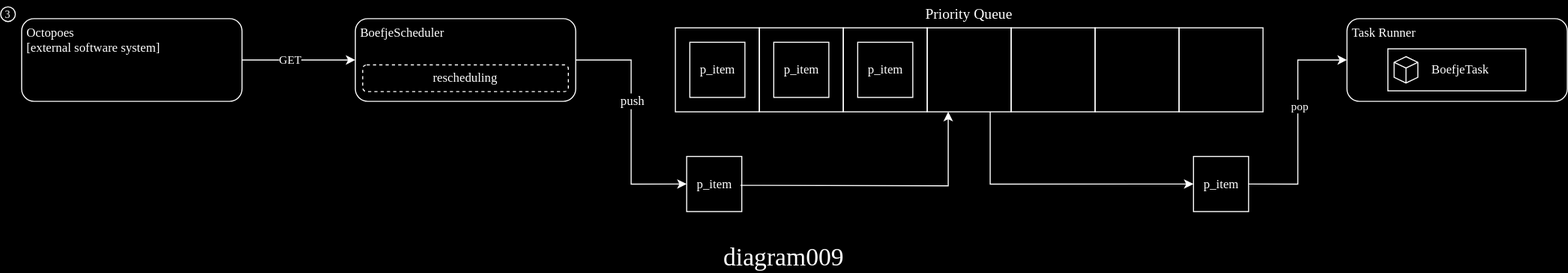
minvws/nl-kat-coordination keeps this draw.io diagram as mula/docs/img/diagram009.svg. Above is the earlier version. Source tidied: cells renumbered, new cells last; positions are measured from the earlier drawing's top-left corner, leaving out a move shared by most shapes. Its diagram source:
```xml
<mxGraphModel>
  <root>
    <mxCell id="0" />
    <mxCell id="1" parent="0" />
    <mxCell id="2" value="&lt;font face=&quot;Hack&quot; style=&quot;font-size: 24px;&quot;&gt;diagram009&lt;br&gt;&lt;/font&gt;" style="text;html=1;strokeColor=none;fillColor=none;align=center;verticalAlign=middle;whiteSpace=wrap;rounded=0;fontSize=24;" parent="1" vertex="1">
      <mxGeometry x="655.9" y="230" width="181.3" height="30" as="geometry" />
    </mxCell>
    <mxCell id="3" style="group;" parent="1" vertex="1">
      <mxGeometry width="1493" height="201" as="geometry" />
    </mxCell>
    <mxCell id="4" style="edgeStyle=orthogonalEdgeStyle;rounded=0;jettySize=auto;html=1;exitX=1;exitY=0.5;exitDx=0;exitDy=0;entryX=0.25;entryY=1;entryDx=0;entryDy=0;" parent="3" edge="1" target="17">
      <mxGeometry relative="1" as="geometry">
        <mxPoint x="705" y="176" as="sourcePoint" />
      </mxGeometry>
    </mxCell>
    <mxCell id="5" value="&lt;font face=&quot;Hack&quot; style=&quot;font-size: 14px;&quot;&gt;Priority Queue&lt;/font&gt;" style="text;html=1;strokeColor=none;fillColor=none;align=center;verticalAlign=middle;whiteSpace=wrap;rounded=0;fontSize=14;" parent="3" vertex="1">
      <mxGeometry x="643" width="560" height="26" as="geometry" />
    </mxCell>
    <mxCell id="6" value="&lt;font style=&quot;font-size: 12px;&quot;&gt;p_item&lt;/font&gt;" style="whiteSpace=wrap;html=1;fontFamily=Hack;fontSource=https%3A%2F%2Ffonts.googleapis.com%2Fcss%3Ffamily%3DHack;fontSize=7;fillColor=none;" parent="3" vertex="1">
      <mxGeometry x="653.8" y="148.5" width="52.5" height="52.5" as="geometry" />
    </mxCell>
    <mxCell id="7" style="edgeStyle=orthogonalEdgeStyle;rounded=0;jettySize=auto;html=1;exitX=1;exitY=0.5;exitDx=0;exitDy=0;entryX=0;entryY=0.5;entryDx=0;entryDy=0;" parent="3" edge="1" source="29" target="6">
      <mxGeometry relative="1" as="geometry" />
    </mxCell>
    <mxCell id="8" value="&lt;font style=&quot;font-size: 12px;&quot; face=&quot;Hack&quot;&gt;push&lt;br&gt;&lt;/font&gt;" style="edgeLabel;html=1;align=center;verticalAlign=middle;" parent="7" vertex="1">
      <mxGeometry x="-0.18" relative="1" as="geometry" />
    </mxCell>
    <mxCell id="9" value="&lt;font style=&quot;font-size: 12px;&quot;&gt;p_item&lt;/font&gt;" style="whiteSpace=wrap;html=1;fontFamily=Hack;fontSource=https%3A%2F%2Ffonts.googleapis.com%2Fcss%3Ffamily%3DHack;fontSize=7;fillColor=none;" parent="3" vertex="1">
      <mxGeometry x="1136.7" y="148.5" width="52.5" height="52.5" as="geometry" />
    </mxCell>
    <mxCell id="10" value="&lt;font face=&quot;Hack&quot;&gt;&amp;nbsp;Task Runner&lt;/font&gt;" style="rounded=1;whiteSpace=wrap;html=1;align=left;verticalAlign=top;fillColor=none;" parent="3" vertex="1">
      <mxGeometry x="1283" y="17.2" width="210" height="78.8" as="geometry" />
    </mxCell>
    <mxCell id="11" style="edgeStyle=orthogonalEdgeStyle;rounded=0;jettySize=auto;html=1;entryX=0;entryY=0.5;entryDx=0;entryDy=0;exitX=1;exitY=0.5;exitDx=0;exitDy=0;" parent="3" edge="1" source="9" target="10">
      <mxGeometry relative="1" as="geometry" />
    </mxCell>
    <mxCell id="12" value="&lt;font face=&quot;Hack&quot;&gt;pop&lt;br&gt;&lt;/font&gt;" style="edgeLabel;html=1;align=center;verticalAlign=middle;" parent="11" vertex="1">
      <mxGeometry x="0.15" y="-1" relative="1" as="geometry" />
    </mxCell>
    <mxCell id="13" style="group;" parent="3" vertex="1">
      <mxGeometry x="643" y="26" width="480" height="80" as="geometry" />
    </mxCell>
    <mxCell id="14" style="whiteSpace=wrap;html=1;fillColor=none;" parent="13" vertex="1">
      <mxGeometry width="80" height="80" as="geometry" />
    </mxCell>
    <mxCell id="15" style="whiteSpace=wrap;html=1;fillColor=none;" parent="13" vertex="1">
      <mxGeometry x="80" width="80" height="80" as="geometry" />
    </mxCell>
    <mxCell id="16" style="whiteSpace=wrap;html=1;fillColor=none;" parent="13" vertex="1">
      <mxGeometry x="160" width="80" height="80" as="geometry" />
    </mxCell>
    <mxCell id="17" style="whiteSpace=wrap;html=1;fillColor=none;" parent="13" vertex="1">
      <mxGeometry x="240" width="80" height="80" as="geometry" />
    </mxCell>
    <mxCell id="18" style="whiteSpace=wrap;html=1;fillColor=none;" parent="13" vertex="1">
      <mxGeometry x="320" width="80" height="80" as="geometry" />
    </mxCell>
    <mxCell id="19" style="whiteSpace=wrap;html=1;fillColor=none;" parent="13" vertex="1">
      <mxGeometry x="400" width="80" height="80" as="geometry" />
    </mxCell>
    <mxCell id="20" value="&lt;font style=&quot;font-size: 12px;&quot;&gt;p_item&lt;/font&gt;" style="whiteSpace=wrap;html=1;fontFamily=Hack;fontSource=https%3A%2F%2Ffonts.googleapis.com%2Fcss%3Ffamily%3DHack;fontSize=7;fillColor=none;" parent="13" vertex="1">
      <mxGeometry x="13.8" y="13.8" width="52.5" height="52.5" as="geometry" />
    </mxCell>
    <mxCell id="21" value="&lt;font style=&quot;font-size: 12px;&quot;&gt;p_item&lt;/font&gt;" style="whiteSpace=wrap;html=1;fontFamily=Hack;fontSource=https%3A%2F%2Ffonts.googleapis.com%2Fcss%3Ffamily%3DHack;fontSize=7;fillColor=none;" parent="13" vertex="1">
      <mxGeometry x="93.7" y="13.8" width="52.5" height="52.5" as="geometry" />
    </mxCell>
    <mxCell id="22" value="&lt;font style=&quot;font-size: 12px;&quot;&gt;p_item&lt;/font&gt;" style="whiteSpace=wrap;html=1;fontFamily=Hack;fontSource=https%3A%2F%2Ffonts.googleapis.com%2Fcss%3Ffamily%3DHack;fontSize=7;fillColor=none;" parent="13" vertex="1">
      <mxGeometry x="173.7" y="13.8" width="52.5" height="52.5" as="geometry" />
    </mxCell>
    <mxCell id="23" style="edgeStyle=orthogonalEdgeStyle;rounded=0;jettySize=auto;html=1;exitX=0.75;exitY=1;exitDx=0;exitDy=0;entryX=0;entryY=0.5;entryDx=0;entryDy=0;" parent="3" edge="1" source="17" target="9">
      <mxGeometry relative="1" as="geometry" />
    </mxCell>
    <mxCell id="24" style="whiteSpace=wrap;html=1;fillColor=none;" parent="3" vertex="1">
      <mxGeometry x="1123" y="26" width="80" height="80" as="geometry" />
    </mxCell>
    <mxCell id="25" style="group;" parent="3" vertex="1">
      <mxGeometry x="1322" y="46" width="131.4" height="40" as="geometry" />
    </mxCell>
    <mxCell id="26" style="rounded=0;whiteSpace=wrap;html=1;align=left;fillColor=none;" parent="25" vertex="1">
      <mxGeometry width="131.4" height="40" as="geometry" />
    </mxCell>
    <mxCell id="27" style="html=1;whiteSpace=wrap;shape=isoCube2;backgroundOutline=1;isoAngle=15;fillColor=none;" parent="25" vertex="1">
      <mxGeometry x="5.9" y="7.4" width="22.6" height="25.1" as="geometry" />
    </mxCell>
    <mxCell id="28" value="&lt;font face=&quot;Hack&quot;&gt;BoefjeTask&lt;/font&gt;" style="text;html=1;strokeColor=none;fillColor=none;align=left;verticalAlign=middle;whiteSpace=wrap;rounded=0;" parent="25" vertex="1">
      <mxGeometry x="40" y="2.9" width="91.4" height="34.3" as="geometry" />
    </mxCell>
    <mxCell id="29" value="&amp;nbsp;BoefjeScheduler" style="rounded=1;align=left;verticalAlign=top;labelBackgroundColor=none;whiteSpace=wrap;html=1;labelBorderColor=none;fillStyle=auto;fillColor=none;fontFamily=Hack;fontSource=https%3A%2F%2Ffonts.googleapis.com%2Fcss%3Ffamily%3DHack;" parent="3" vertex="1">
      <mxGeometry x="338" y="17.2" width="210" height="78.8" as="geometry" />
    </mxCell>
    <mxCell id="30" value="rescheduling" style="rounded=1;whiteSpace=wrap;html=1;fillColor=none;dashed=1;fontFamily=Hack;fontSource=https%3A%2F%2Ffonts.googleapis.com%2Fcss%3Ffamily%3DHack;" parent="3" vertex="1">
      <mxGeometry x="345" y="61.2" width="196" height="25.5" as="geometry" />
    </mxCell>
    <mxCell id="31" style="edgeStyle=orthogonalEdgeStyle;rounded=0;jettySize=auto;html=1;exitX=1;exitY=0.5;exitDx=0;exitDy=0;entryX=0;entryY=0.5;entryDx=0;entryDy=0;" parent="3" edge="1" source="33" target="29">
      <mxGeometry relative="1" as="geometry" />
    </mxCell>
    <mxCell id="32" value="&lt;font face=&quot;Hack&quot;&gt;GET&lt;/font&gt;" style="edgeLabel;html=1;align=center;verticalAlign=middle;" parent="31" vertex="1">
      <mxGeometry x="-0.17" relative="1" as="geometry" />
    </mxCell>
    <mxCell id="33" value="&lt;font face=&quot;Hack&quot;&gt;&amp;nbsp;Octopoes&lt;br&gt;&amp;nbsp;[external software system]&lt;br&gt;&lt;/font&gt;" style="rounded=1;whiteSpace=wrap;html=1;align=left;verticalAlign=top;fillColor=none;" parent="3" vertex="1">
      <mxGeometry x="20" y="17.2" width="210" height="78.8" as="geometry" />
    </mxCell>
    <mxCell id="34" value="&lt;font face=&quot;Hack&quot; style=&quot;font-size: 10px;&quot;&gt;3&lt;/font&gt;" style="ellipse;whiteSpace=wrap;html=1;fillColor=none;" parent="3" vertex="1">
      <mxGeometry y="6" width="14" height="14" as="geometry" />
    </mxCell>
  </root>
</mxGraphModel>
```
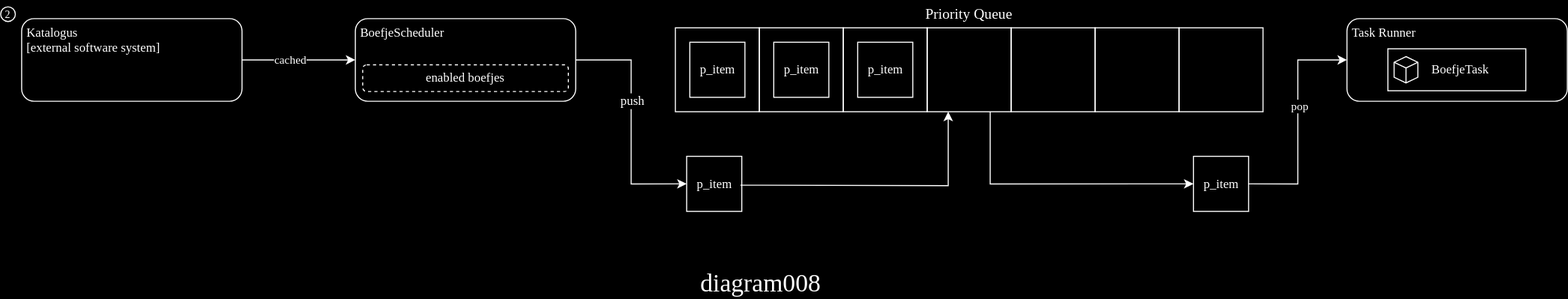
Above is the later version.

Change to the diagram source:
```diff
@@ -2,11 +2,11 @@
   <root>
     <mxCell id="0" />
     <mxCell id="1" parent="0" />
-    <mxCell id="2" value="&lt;font face=&quot;Hack&quot; style=&quot;font-size: 24px;&quot;&gt;diagram009&lt;br&gt;&lt;/font&gt;" style="text;html=1;strokeColor=none;fillColor=none;align=center;verticalAlign=middle;whiteSpace=wrap;rounded=0;fontSize=24;" parent="1" vertex="1">
-      <mxGeometry x="655.9" y="230" width="181.3" height="30" as="geometry" />
+    <mxCell id="2" value="&lt;font face=&quot;Hack&quot; style=&quot;font-size: 24px;&quot;&gt;diagram008&lt;br&gt;&lt;/font&gt;" style="text;html=1;strokeColor=none;fillColor=none;align=center;verticalAlign=middle;whiteSpace=wrap;rounded=0;fontSize=24;" parent="1" vertex="1">
+      <mxGeometry x="614.4" y="-240" width="181.3" height="30" as="geometry" />
     </mxCell>
     <mxCell id="3" style="group;" parent="1" vertex="1">
-      <mxGeometry width="1493" height="201" as="geometry" />
+      <mxGeometry x="-20" y="-495" width="1493" height="201" as="geometry" />
     </mxCell>
     <mxCell id="4" style="edgeStyle=orthogonalEdgeStyle;rounded=0;jettySize=auto;html=1;exitX=1;exitY=0.5;exitDx=0;exitDy=0;entryX=0.25;entryY=1;entryDx=0;entryDy=0;" parent="3" edge="1" target="17">
       <mxGeometry relative="1" as="geometry">
@@ -88,19 +88,19 @@
     <mxCell id="29" value="&amp;nbsp;BoefjeScheduler" style="rounded=1;align=left;verticalAlign=top;labelBackgroundColor=none;whiteSpace=wrap;html=1;labelBorderColor=none;fillStyle=auto;fillColor=none;fontFamily=Hack;fontSource=https%3A%2F%2Ffonts.googleapis.com%2Fcss%3Ffamily%3DHack;" parent="3" vertex="1">
       <mxGeometry x="338" y="17.2" width="210" height="78.8" as="geometry" />
     </mxCell>
-    <mxCell id="30" value="rescheduling" style="rounded=1;whiteSpace=wrap;html=1;fillColor=none;dashed=1;fontFamily=Hack;fontSource=https%3A%2F%2Ffonts.googleapis.com%2Fcss%3Ffamily%3DHack;" parent="3" vertex="1">
+    <mxCell id="30" value="enabled boefjes" style="rounded=1;whiteSpace=wrap;html=1;fillColor=none;dashed=1;fontFamily=Hack;fontSource=https%3A%2F%2Ffonts.googleapis.com%2Fcss%3Ffamily%3DHack;" parent="3" vertex="1">
       <mxGeometry x="345" y="61.2" width="196" height="25.5" as="geometry" />
     </mxCell>
     <mxCell id="31" style="edgeStyle=orthogonalEdgeStyle;rounded=0;jettySize=auto;html=1;exitX=1;exitY=0.5;exitDx=0;exitDy=0;entryX=0;entryY=0.5;entryDx=0;entryDy=0;" parent="3" edge="1" source="33" target="29">
       <mxGeometry relative="1" as="geometry" />
     </mxCell>
-    <mxCell id="32" value="&lt;font face=&quot;Hack&quot;&gt;GET&lt;/font&gt;" style="edgeLabel;html=1;align=center;verticalAlign=middle;" parent="31" vertex="1">
+    <mxCell id="32" value="&lt;font face=&quot;Hack&quot;&gt;cached&lt;/font&gt;" style="edgeLabel;html=1;align=center;verticalAlign=middle;" parent="31" vertex="1">
       <mxGeometry x="-0.17" relative="1" as="geometry" />
     </mxCell>
-    <mxCell id="33" value="&lt;font face=&quot;Hack&quot;&gt;&amp;nbsp;Octopoes&lt;br&gt;&amp;nbsp;[external software system]&lt;br&gt;&lt;/font&gt;" style="rounded=1;whiteSpace=wrap;html=1;align=left;verticalAlign=top;fillColor=none;" parent="3" vertex="1">
+    <mxCell id="33" value="&lt;font face=&quot;Hack&quot;&gt;&amp;nbsp;Katalogus&lt;br&gt;&amp;nbsp;[external software system]&lt;br&gt;&lt;/font&gt;" style="rounded=1;whiteSpace=wrap;html=1;align=left;verticalAlign=top;fillColor=none;" parent="3" vertex="1">
       <mxGeometry x="20" y="17.2" width="210" height="78.8" as="geometry" />
     </mxCell>
-    <mxCell id="34" value="&lt;font face=&quot;Hack&quot; style=&quot;font-size: 10px;&quot;&gt;3&lt;/font&gt;" style="ellipse;whiteSpace=wrap;html=1;fillColor=none;" parent="3" vertex="1">
+    <mxCell id="34" value="&lt;font face=&quot;Hack&quot; style=&quot;font-size: 10px;&quot;&gt;2&lt;/font&gt;" style="ellipse;whiteSpace=wrap;html=1;fillColor=none;" parent="3" vertex="1">
       <mxGeometry y="6" width="14" height="14" as="geometry" />
     </mxCell>
   </root>
```
